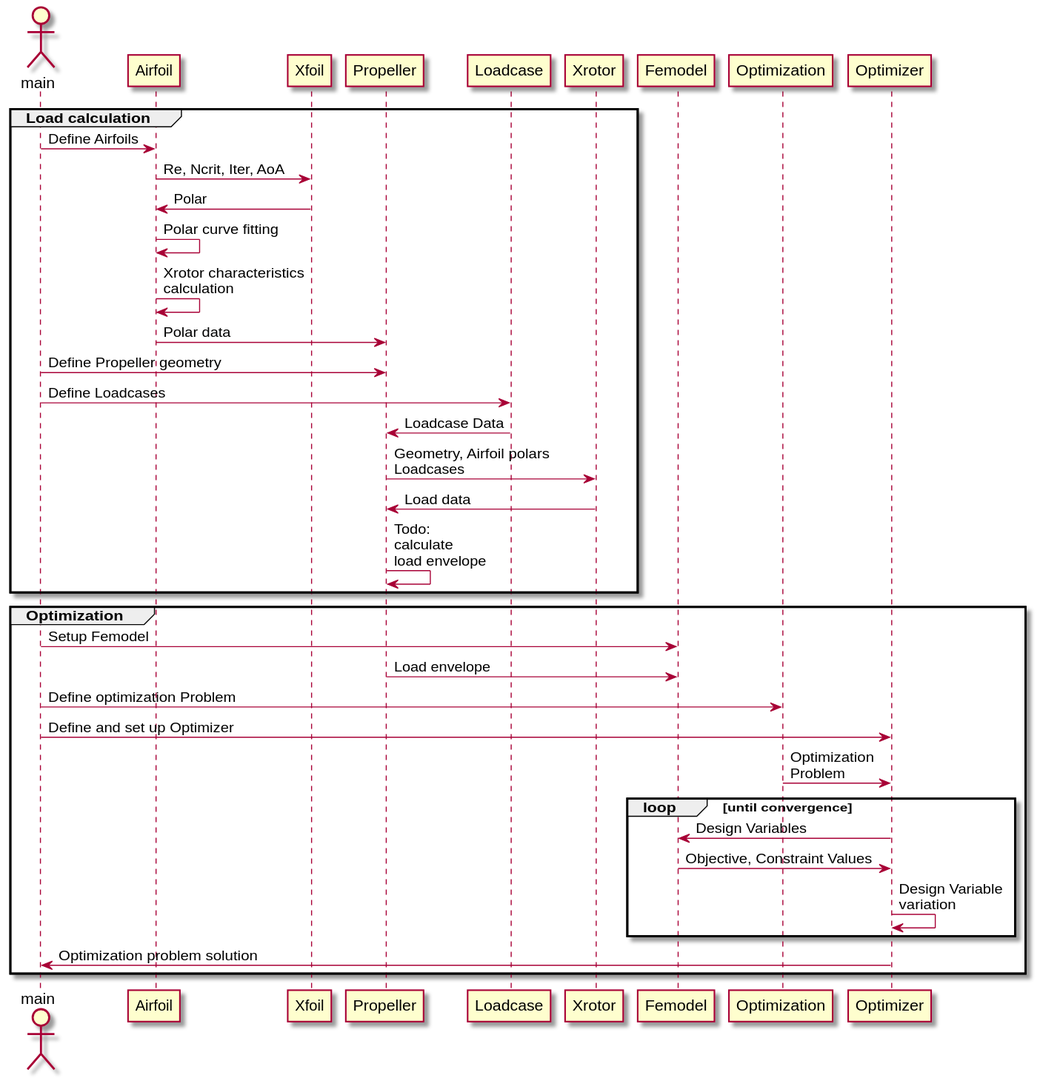
The PlantUML diagram docs/images/uml/workflow.svg in lukitox/master-thesis, before a commit.
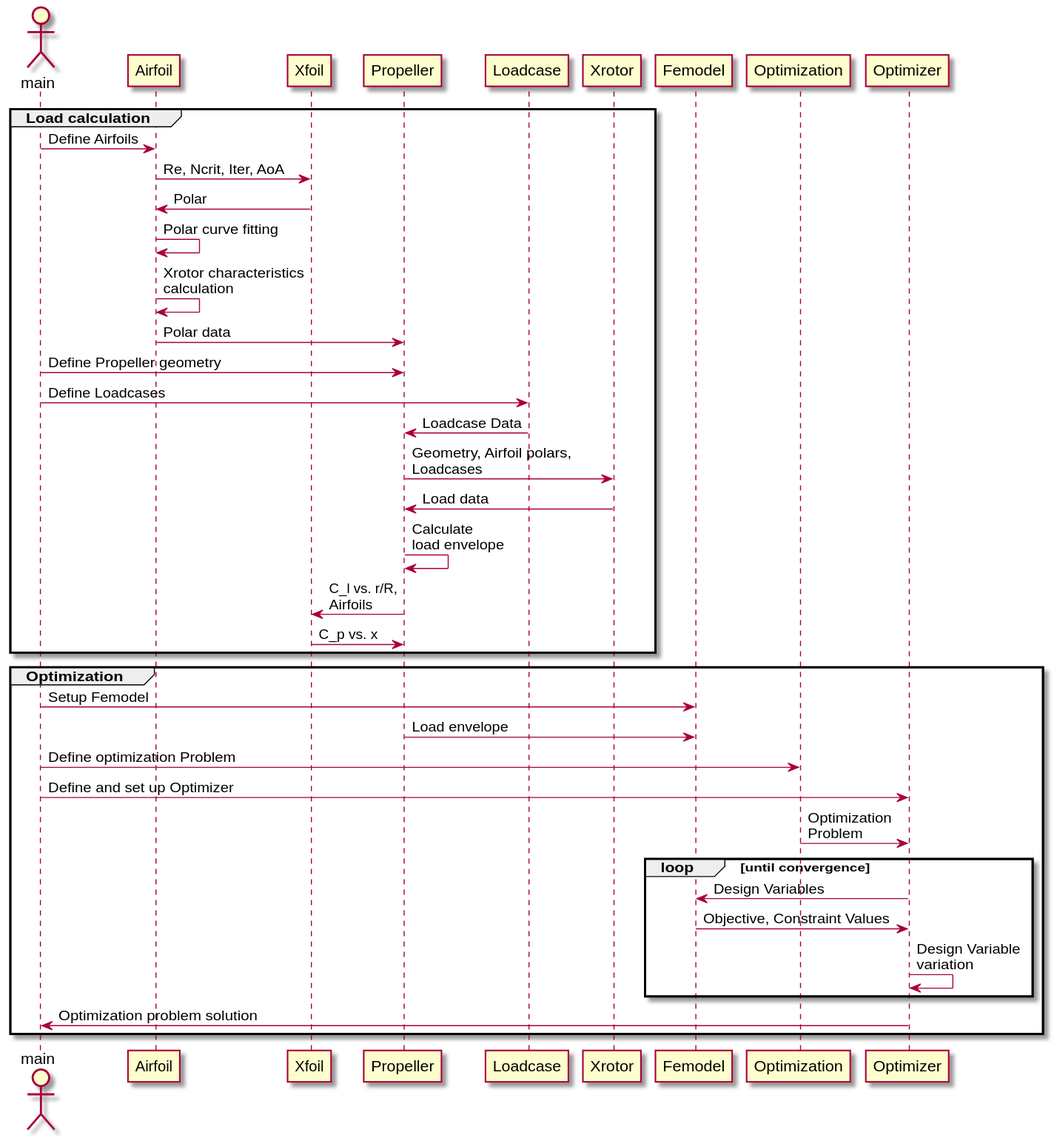
After the commit.

Diff of the diagram source:
```diff
@@ -10,9 +10,11 @@
 main -> Propeller: Define Propeller geometry
 main -> Loadcase: Define Loadcases
 Loadcase -> Propeller: Loadcase Data
-Propeller -> Xrotor: Geometry, Airfoil polars\nLoadcases
+Propeller -> Xrotor: Geometry, Airfoil polars,\nLoadcases
 Xrotor -> Propeller: Load data
-Propeller -> Propeller: Todo:\ncalculate\nload envelope
+Propeller -> Propeller: Calculate\nload envelope
+Propeller -> Xfoil: C_l vs. r/R,\nAirfoils
+Xfoil -> Propeller: C_p vs. x
 end
 group Optimization
 main -> Femodel: Setup Femodel
```
